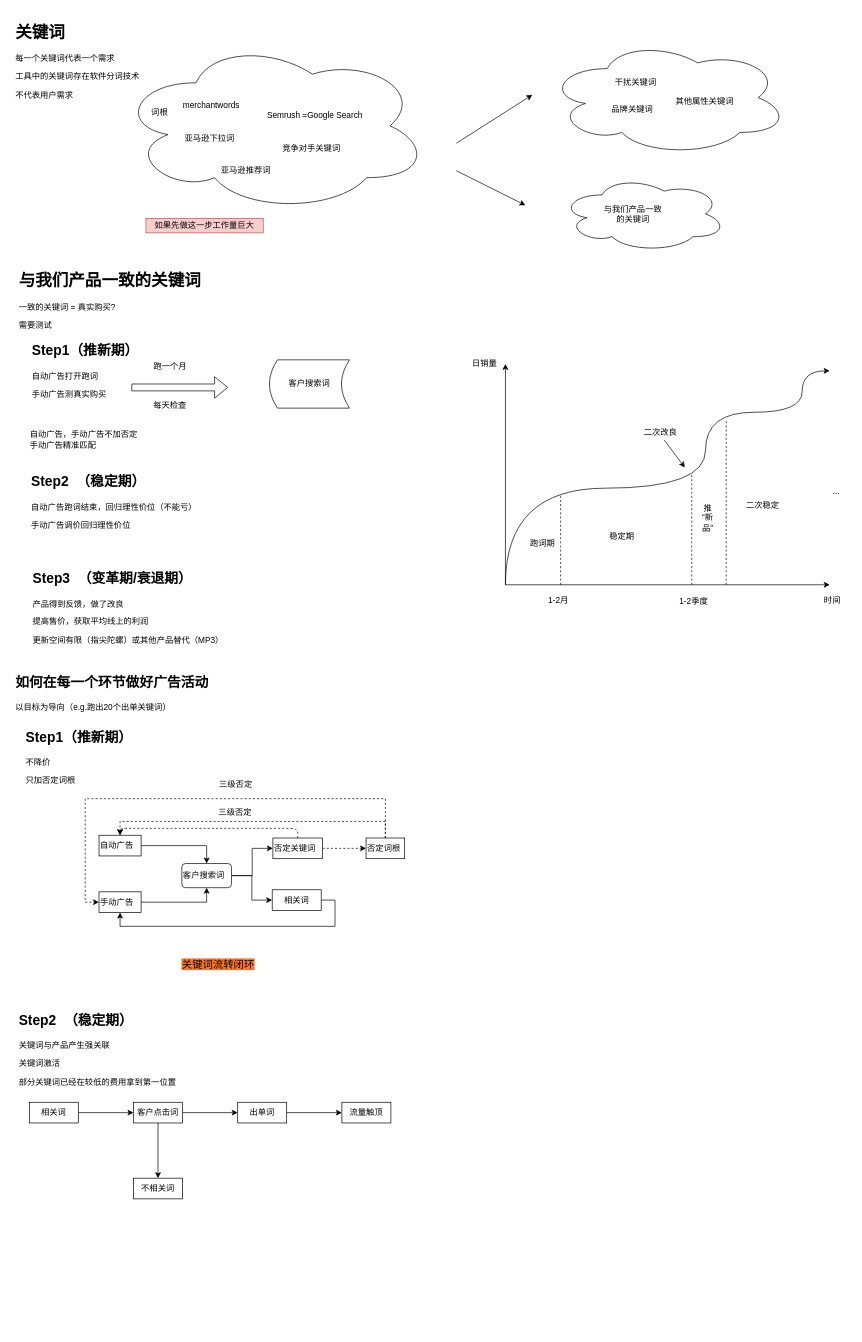
Above: page "How to control advertising costs" (3 of 4) of 英国站广告分组逻辑.drawio in carlsonlau/.github.io (draw.io), before the change. Source tidied: cells renumbered, new cells numbered last; positions are measured from the earlier drawing's top-left corner, leaving out a move shared by most shapes. Both pictures are drawn from the tidied source at 69%, with x=0, y=0 at pixel (12, 19).
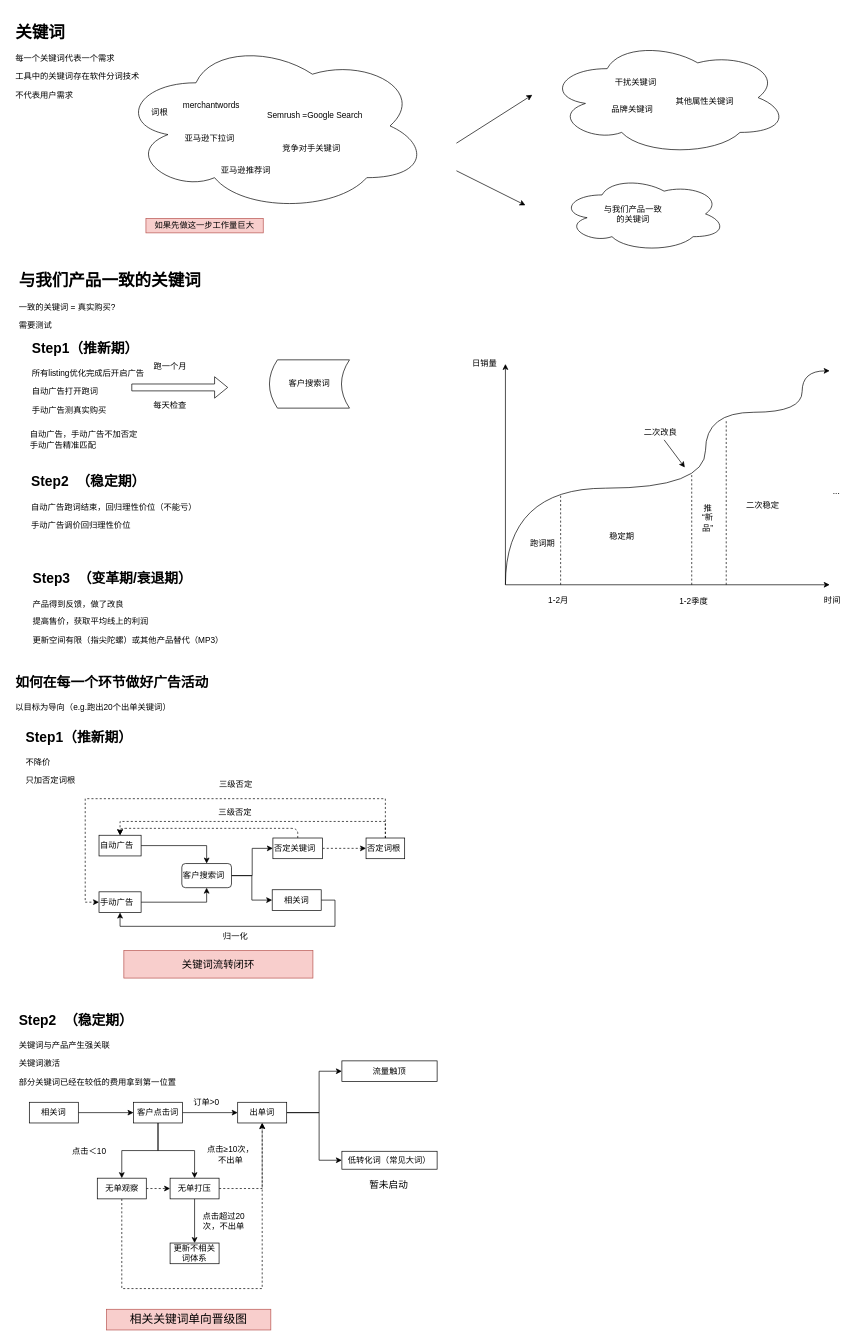
The same page after the edit.

The change refers to these unchanged cells:
```xml
<mxCell id="70" value="客户点击词" style="rounded=0;whiteSpace=wrap;html=1;align=center;fontStyle=0;" parent="1" vertex="1">
  <mxGeometry x="176" y="1570" width="71" height="30" as="geometry" />
</mxCell>
<mxCell id="72" value="出单词" style="rounded=0;whiteSpace=wrap;html=1;align=center;fontStyle=0;" parent="1" vertex="1">
  <mxGeometry x="327" y="1570" width="71" height="30" as="geometry" />
</mxCell>
```

Change to the diagram source:
```diff
@@
-    <mxCell id="20" value="&lt;h1&gt;&lt;font style=&quot;font-size: 20px&quot;&gt;Step1（推新期）&lt;/font&gt;&lt;/h1&gt;&lt;p&gt;自动广告打开跑词&lt;/p&gt;&lt;p&gt;手动广告测真实购买&lt;/p&gt;" style="text;html=1;strokeColor=none;fillColor=none;spacing=5;spacingTop=-20;whiteSpace=wrap;overflow=hidden;rounded=0;" parent="1" vertex="1">
-      <mxGeometry x="24" y="460" width="191" height="110" as="geometry" />
+    <mxCell id="20" value="&lt;h1&gt;&lt;font style=&quot;font-size: 20px&quot;&gt;Step1（推新期）&lt;/font&gt;&lt;/h1&gt;&lt;p&gt;&lt;span style=&quot;text-align: center&quot;&gt;所有listing优化完成后开启广告&lt;/span&gt;&lt;br&gt;&lt;/p&gt;&lt;p&gt;自动广告打开跑词&lt;/p&gt;&lt;p&gt;手动广告测真实购买&lt;/p&gt;" style="text;html=1;strokeColor=none;fillColor=none;spacing=5;spacingTop=-20;whiteSpace=wrap;overflow=hidden;rounded=0;" parent="1" vertex="1">
+      <mxGeometry x="24" y="456" width="189" height="120" as="geometry" />
     </mxCell>
@@
-    <mxCell id="62" value="&lt;font style=&quot;font-size: 15px ; background-color: rgb(255 , 119 , 28)&quot;&gt;关键词流转闭环&lt;/font&gt;" style="text;html=1;strokeColor=none;fillColor=none;align=center;verticalAlign=middle;whiteSpace=wrap;rounded=0;" parent="1" vertex="1">
+    <mxCell id="62" value="&lt;font style=&quot;font-size: 15px&quot;&gt;关键词流转闭环&lt;/font&gt;" style="text;html=1;strokeColor=#b85450;fillColor=#f8cecc;align=center;verticalAlign=middle;whiteSpace=wrap;rounded=0;" parent="1" vertex="1">
       <mxGeometry x="162" y="1350" width="274" height="40" as="geometry" />
     </mxCell>
@@
+    <mxCell id="75" style="edgeStyle=orthogonalEdgeStyle;rounded=0;jettySize=auto;html=1;exitX=0.5;exitY=1;exitDx=0;exitDy=0;entryX=0.5;entryY=0;entryDx=0;entryDy=0;" parent="1" edge="1" source="70" target="85">
+      <mxGeometry relative="1" as="geometry" />
+    </mxCell>
@@
     <mxCell id="71" style="edgeStyle=orthogonalEdgeStyle;rounded=0;comic=0;jettySize=auto;html=1;" parent="1" edge="1" source="72" target="73">
-      <mxGeometry relative="1" as="geometry" />
+      <mxGeometry relative="1" as="geometry">
+        <Array as="points">
+          <mxPoint x="445" y="1585" />
+          <mxPoint x="445" y="1525" />
+        </Array>
+      </mxGeometry>
     </mxCell>
+    <mxCell id="76" style="edgeStyle=orthogonalEdgeStyle;rounded=0;jettySize=auto;html=1;exitX=1;exitY=0.5;exitDx=0;exitDy=0;entryX=0;entryY=0.5;entryDx=0;entryDy=0;fontSize=17;" parent="1" edge="1" source="72" target="89">
+      <mxGeometry relative="1" as="geometry">
+        <Array as="points">
+          <mxPoint x="445" y="1585" />
+          <mxPoint x="445" y="1654" />
+        </Array>
+      </mxGeometry>
+    </mxCell>
@@
     <mxCell id="73" value="流量触顶" style="rounded=0;whiteSpace=wrap;html=1;align=center;fontStyle=0;" parent="1" vertex="1">
-      <mxGeometry x="478" y="1570" width="71" height="30" as="geometry" />
+      <mxGeometry x="478" y="1510" width="138" height="30" as="geometry" />
     </mxCell>
+    <mxCell id="77" style="edgeStyle=orthogonalEdgeStyle;rounded=0;jettySize=auto;html=1;" parent="1" edge="1" source="74" target="79">
+      <mxGeometry relative="1" as="geometry" />
+    </mxCell>
+    <mxCell id="78" style="edgeStyle=orthogonalEdgeStyle;rounded=0;jettySize=auto;html=1;exitX=1;exitY=0.5;exitDx=0;exitDy=0;entryX=0.5;entryY=1;entryDx=0;entryDy=0;dashed=1;" parent="1" edge="1" source="74" target="72">
+      <mxGeometry relative="1" as="geometry" />
+    </mxCell>
-    <mxCell id="74" value="不相关词" style="rounded=0;whiteSpace=wrap;html=1;align=center;fontStyle=0;" parent="1" vertex="1">
-      <mxGeometry x="176" y="1680" width="71" height="30" as="geometry" />
+    <mxCell id="74" value="无单打压" style="rounded=0;whiteSpace=wrap;html=1;align=center;fontStyle=0;" parent="1" vertex="1">
+      <mxGeometry x="229" y="1680" width="71" height="30" as="geometry" />
     </mxCell>
+    <mxCell id="79" value="更新不相关词体系" style="rounded=0;whiteSpace=wrap;html=1;align=center;fontStyle=0;" parent="1" vertex="1">
+      <mxGeometry x="229" y="1774" width="71" height="30" as="geometry" />
+    </mxCell>
+    <mxCell id="80" value="归一化" style="text;html=1;strokeColor=none;fillColor=none;align=center;verticalAlign=middle;whiteSpace=wrap;rounded=0;" parent="1" vertex="1">
+      <mxGeometry x="303.5" y="1320" width="40" height="20" as="geometry" />
+    </mxCell>
+    <mxCell id="81" value="点击≥10次，不出单" style="text;html=1;strokeColor=none;fillColor=none;align=center;verticalAlign=middle;whiteSpace=wrap;rounded=0;" parent="1" vertex="1">
+      <mxGeometry x="279" y="1631" width="76" height="29" as="geometry" />
+    </mxCell>
+    <mxCell id="82" value="订单&amp;gt;0" style="text;html=1;align=left;verticalAlign=top;spacingTop=-4;" parent="1" vertex="1">
+      <mxGeometry x="261" y="1561" width="50" height="20" as="geometry" />
+    </mxCell>
+    <mxCell id="83" style="edgeStyle=orthogonalEdgeStyle;rounded=0;jettySize=auto;html=1;exitX=0.5;exitY=1;exitDx=0;exitDy=0;entryX=0.5;entryY=1;entryDx=0;entryDy=0;dashed=1;" parent="1" edge="1" source="85" target="72">
+      <mxGeometry relative="1" as="geometry">
+        <Array as="points">
+          <mxPoint x="159" y="1840" />
+          <mxPoint x="363" y="1840" />
+        </Array>
+      </mxGeometry>
+    </mxCell>
+    <mxCell id="84" style="edgeStyle=orthogonalEdgeStyle;rounded=0;jettySize=auto;html=1;exitX=1;exitY=0.5;exitDx=0;exitDy=0;entryX=0;entryY=0.5;entryDx=0;entryDy=0;dashed=1;" parent="1" edge="1" source="85" target="74">
+      <mxGeometry relative="1" as="geometry" />
+    </mxCell>
+    <mxCell id="85" value="无单观察" style="rounded=0;whiteSpace=wrap;html=1;align=center;fontStyle=0;" parent="1" vertex="1">
+      <mxGeometry x="123.5" y="1680" width="71" height="30" as="geometry" />
+    </mxCell>
+    <mxCell id="86" value="点击超过20次，不出单" style="text;html=1;strokeColor=none;fillColor=none;align=center;verticalAlign=middle;whiteSpace=wrap;rounded=0;" parent="1" vertex="1">
+      <mxGeometry x="273" y="1727" width="68" height="30" as="geometry" />
+    </mxCell>
+    <mxCell id="87" value="点击＜10&lt;br&gt;" style="text;html=1;strokeColor=none;fillColor=none;align=center;verticalAlign=middle;whiteSpace=wrap;rounded=0;" parent="1" vertex="1">
+      <mxGeometry x="85" y="1628" width="54" height="26" as="geometry" />
+    </mxCell>
+    <mxCell id="88" value="相关关键词单向晋级图" style="text;html=1;strokeColor=#b85450;fillColor=#f8cecc;align=center;verticalAlign=middle;whiteSpace=wrap;rounded=0;fontSize=17;" parent="1" vertex="1">
+      <mxGeometry x="137" y="1870" width="238" height="30" as="geometry" />
+    </mxCell>
+    <mxCell id="89" value="低转化词（常见大词）" style="rounded=0;whiteSpace=wrap;html=1;align=center;fontStyle=0;" parent="1" vertex="1">
+      <mxGeometry x="478" y="1641" width="138" height="26" as="geometry" />
+    </mxCell>
+    <mxCell id="90" value="暂未启动" style="text;html=1;strokeColor=none;fillColor=none;align=center;verticalAlign=middle;whiteSpace=wrap;rounded=0;fontSize=14;" parent="1" vertex="1">
+      <mxGeometry x="507" y="1680" width="78" height="20" as="geometry" />
+    </mxCell>
```
